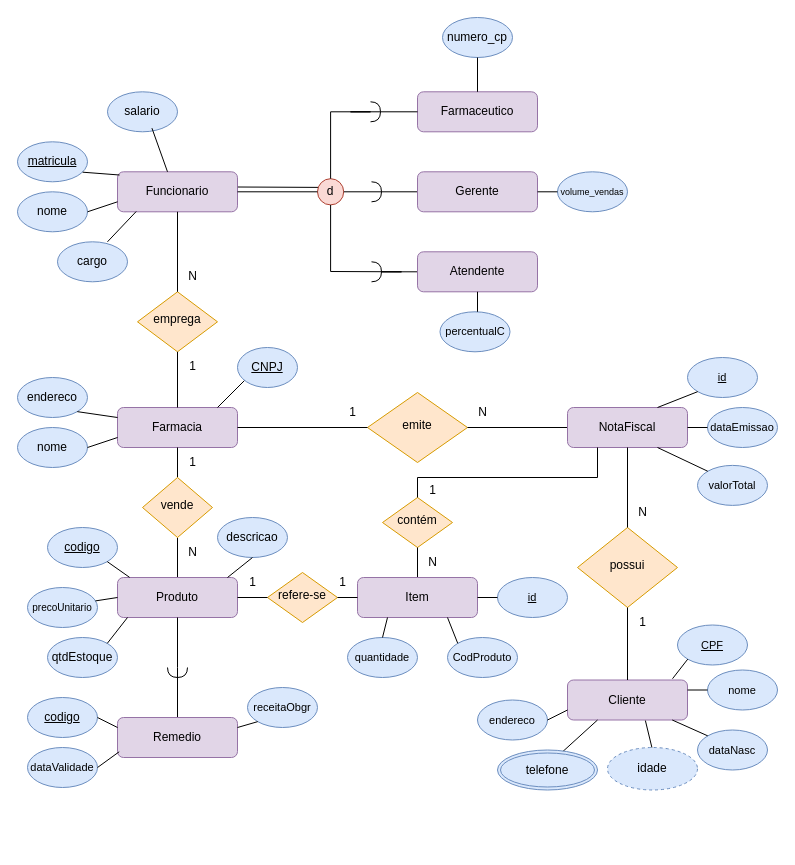
This is Exercicio4_BD.drawio from d0pp3lg4nger/diagrams, a draw.io file, before an edit. Source tidied: cells renumbered, new cells numbered last; positions are measured from the earlier drawing's top-left corner, leaving out a move shared by most shapes. Both pictures are drawn from the tidied source at 100%, with x=0, y=0 at pixel (17, 17).
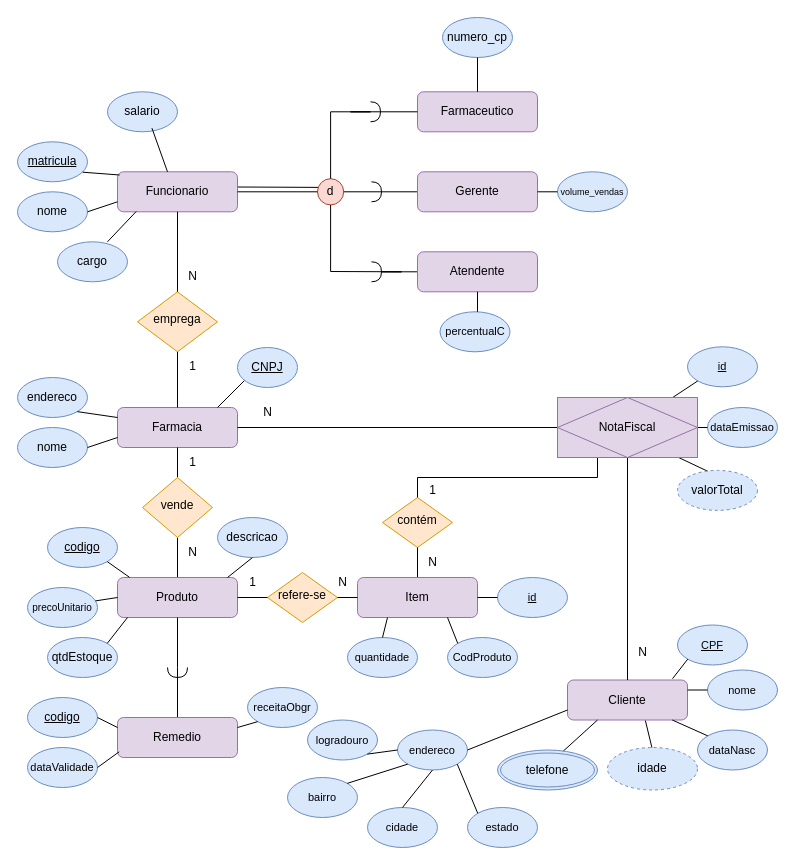
After the change.

Unchanged cells that the change refers to:
```xml
<mxCell id="2" value="Farmacia" style="rounded=1;whiteSpace=wrap;html=1;fontSize=12;glass=0;strokeWidth=1;shadow=0;fillColor=#e1d5e7;strokeColor=#9673a6;" parent="1" vertex="1">
  <mxGeometry x="100" y="390" width="120" height="40" as="geometry" />
</mxCell>
<mxCell id="68" value="&lt;font style=&quot;font-size: 11px;&quot;&gt;dataEmissao&lt;/font&gt;" style="ellipse;whiteSpace=wrap;html=1;fillColor=#dae8fc;strokeColor=#6c8ebf;" parent="1" vertex="1">
  <mxGeometry x="690" y="390" width="70" height="40" as="geometry" />
</mxCell>
<mxCell id="75" value="Cliente" style="rounded=1;whiteSpace=wrap;html=1;fontSize=12;glass=0;strokeWidth=1;shadow=0;fillColor=#e1d5e7;strokeColor=#9673a6;" parent="1" vertex="1">
  <mxGeometry x="550" y="662.5" width="120" height="40" as="geometry" />
</mxCell>
```

Change to the diagram source:
```diff
@@
-    <mxCell id="63" value="emite" style="rhombus;whiteSpace=wrap;html=1;shadow=0;fontFamily=Helvetica;fontSize=12;align=center;strokeWidth=1;spacing=6;spacingTop=-4;fillColor=#ffe6cc;strokeColor=#d79b00;" parent="1" vertex="1">
-      <mxGeometry x="350" y="375" width="100" height="70" as="geometry" />
-    </mxCell>
-    <mxCell id="64" style="endArrow=none;html=1;rounded=0;exitX=1;exitY=0.5;exitDx=0;exitDy=0;entryX=0;entryY=0.5;entryDx=0;entryDy=0;" parent="1" edge="1" source="2" target="63">
+    <mxCell id="64" style="endArrow=none;html=1;rounded=0;exitX=1;exitY=0.5;exitDx=0;exitDy=0;entryX=0;entryY=0.5;entryDx=0;entryDy=0;" parent="1" edge="1" source="2" target="66">
       <mxGeometry relative="1" as="geometry" />
     </mxCell>
-    <mxCell id="65" style="endArrow=none;html=1;rounded=0;exitX=1;exitY=0.5;exitDx=0;exitDy=0;entryX=0;entryY=0.5;entryDx=0;entryDy=0;" parent="1" edge="1" source="63" target="66">
-      <mxGeometry relative="1" as="geometry" />
-    </mxCell>
-    <mxCell id="66" value="NotaFiscal" style="rounded=1;whiteSpace=wrap;html=1;fontSize=12;glass=0;strokeWidth=1;shadow=0;fillColor=#e1d5e7;strokeColor=#9673a6;" parent="1" vertex="1">
-      <mxGeometry x="550" y="390" width="120" height="40" as="geometry" />
-    </mxCell>
-    <mxCell id="67" value="&lt;font style=&quot;font-size: 11px;&quot;&gt;valorTotal&lt;/font&gt;" style="ellipse;whiteSpace=wrap;html=1;fillColor=#dae8fc;strokeColor=#6c8ebf;" parent="1" vertex="1">
-      <mxGeometry x="680" y="447.9" width="70" height="40" as="geometry" />
-    </mxCell>
@@
     <mxCell id="69" value="&lt;font style=&quot;font-size: 11px;&quot;&gt;&lt;u&gt;id&lt;/u&gt;&lt;/font&gt;" style="ellipse;whiteSpace=wrap;html=1;fillColor=#dae8fc;strokeColor=#6c8ebf;" parent="1" vertex="1">
-      <mxGeometry x="670" y="340" width="70" height="40" as="geometry" />
+      <mxGeometry x="670" y="329.3" width="70" height="40" as="geometry" />
     </mxCell>
-    <mxCell id="70" style="endArrow=none;html=1;rounded=0;exitX=0.75;exitY=1;exitDx=0;exitDy=0;entryX=0;entryY=0;entryDx=0;entryDy=0;" parent="1" edge="1" source="66" target="67">
-      <mxGeometry relative="1" as="geometry" />
+    <mxCell id="70" style="endArrow=none;html=1;rounded=0;exitX=0.75;exitY=1;exitDx=0;exitDy=0;entryX=0;entryY=0;entryDx=0;entryDy=0;" parent="1" edge="1">
+      <mxGeometry relative="1" as="geometry">
+        <mxPoint x="640" y="430" as="sourcePoint" />
+        <mxPoint x="690.3" y="453.8" as="targetPoint" />
+      </mxGeometry>
     </mxCell>
-    <mxCell id="71" style="endArrow=none;html=1;rounded=0;exitX=0.75;exitY=0;exitDx=0;exitDy=0;entryX=0;entryY=1;entryDx=0;entryDy=0;" parent="1" edge="1" source="66" target="69">
-      <mxGeometry relative="1" as="geometry" />
+    <mxCell id="71" style="endArrow=none;html=1;rounded=0;exitX=0.75;exitY=0;exitDx=0;exitDy=0;entryX=0;entryY=1;entryDx=0;entryDy=0;" parent="1" edge="1" target="69">
+      <mxGeometry relative="1" as="geometry">
+        <mxPoint x="640" y="390" as="sourcePoint" />
+      </mxGeometry>
     </mxCell>
-    <mxCell id="72" style="endArrow=none;html=1;rounded=0;exitX=1;exitY=0.5;exitDx=0;exitDy=0;entryX=0;entryY=0.5;entryDx=0;entryDy=0;" parent="1" edge="1" source="66" target="68">
-      <mxGeometry relative="1" as="geometry" />
+    <mxCell id="72" style="endArrow=none;html=1;rounded=0;exitX=1;exitY=0.5;exitDx=0;exitDy=0;entryX=0;entryY=0.5;entryDx=0;entryDy=0;" parent="1" edge="1" target="68">
+      <mxGeometry relative="1" as="geometry">
+        <mxPoint x="670" y="410" as="sourcePoint" />
+      </mxGeometry>
     </mxCell>
-    <mxCell id="73" value="possui" style="rhombus;whiteSpace=wrap;html=1;shadow=0;fontFamily=Helvetica;fontSize=12;align=center;strokeWidth=1;spacing=6;spacingTop=-4;fillColor=#ffe6cc;strokeColor=#d79b00;" parent="1" vertex="1">
-      <mxGeometry x="560" y="510" width="100" height="80" as="geometry" />
-    </mxCell>
-    <mxCell id="74" style="endArrow=none;html=1;rounded=0;entryX=0.5;entryY=1;entryDx=0;entryDy=0;exitX=0.5;exitY=0;exitDx=0;exitDy=0;" parent="1" edge="1" source="73" target="66">
-      <mxGeometry relative="1" as="geometry" />
-    </mxCell>
@@
     <mxCell id="76" value="&lt;font style=&quot;font-size: 11px;&quot;&gt;endereco&lt;/font&gt;" style="ellipse;whiteSpace=wrap;html=1;fillColor=#dae8fc;strokeColor=#6c8ebf;" parent="1" vertex="1">
-      <mxGeometry x="460" y="682.5" width="70" height="40" as="geometry" />
+      <mxGeometry x="380" y="712.5" width="70" height="40" as="geometry" />
     </mxCell>
@@
-    <mxCell id="99" style="endArrow=none;html=1;rounded=0;entryX=0.25;entryY=1;entryDx=0;entryDy=0;" parent="1" edge="1" target="66">
+    <mxCell id="99" style="endArrow=none;html=1;rounded=0;entryX=0.25;entryY=1;entryDx=0;entryDy=0;" parent="1" edge="1">
       <mxGeometry relative="1" as="geometry">
         <mxPoint x="580" y="460" as="sourcePoint" />
+        <mxPoint x="580" y="430" as="targetPoint" />
       </mxGeometry>
     </mxCell>
@@
-    <mxCell id="101" style="endArrow=none;html=1;rounded=0;entryX=0.5;entryY=1;entryDx=0;entryDy=0;exitX=0.5;exitY=0;exitDx=0;exitDy=0;" parent="1" edge="1" source="75" target="73">
+    <mxCell id="101" style="endArrow=none;html=1;rounded=0;entryX=0.5;entryY=1;entryDx=0;entryDy=0;exitX=0.5;exitY=0;exitDx=0;exitDy=0;" parent="1" edge="1" source="75" target="66">
       <mxGeometry relative="1" as="geometry" />
     </mxCell>
@@
-    <mxCell id="106" value="1" style="text;html=1;align=center;verticalAlign=middle;strokeColor=none;fillColor=none;" parent="1" vertex="1">
-      <mxGeometry x="320" y="380" width="30" height="30" as="geometry" />
+    <mxCell id="106" value="N" style="text;html=1;align=center;verticalAlign=middle;strokeColor=none;fillColor=none;" parent="1" vertex="1">
+      <mxGeometry x="235" y="380" width="30" height="30" as="geometry" />
     </mxCell>
-    <mxCell id="107" value="N" style="text;html=1;align=center;verticalAlign=middle;strokeColor=none;fillColor=none;" parent="1" vertex="1">
-      <mxGeometry x="450" y="380" width="30" height="30" as="geometry" />
-    </mxCell>
-    <mxCell id="108" value="1" style="text;html=1;align=center;verticalAlign=middle;strokeColor=none;fillColor=none;" parent="1" vertex="1">
-      <mxGeometry x="610" y="590" width="30" height="30" as="geometry" />
+    <mxCell id="108" value="N" style="text;html=1;align=center;verticalAlign=middle;strokeColor=none;fillColor=none;" parent="1" vertex="1">
+      <mxGeometry x="610" y="620" width="30" height="30" as="geometry" />
     </mxCell>
-    <mxCell id="109" value="N" style="text;html=1;align=center;verticalAlign=middle;strokeColor=none;fillColor=none;" parent="1" vertex="1">
-      <mxGeometry x="610" y="480" width="30" height="30" as="geometry" />
-    </mxCell>
@@
-    <mxCell id="112" value="1" style="text;html=1;align=center;verticalAlign=middle;strokeColor=none;fillColor=none;" parent="1" vertex="1">
+    <mxCell id="112" value="N" style="text;html=1;align=center;verticalAlign=middle;strokeColor=none;fillColor=none;" parent="1" vertex="1">
       <mxGeometry x="310" y="550" width="30" height="30" as="geometry" />
     </mxCell>
@@
+    <mxCell id="66" value="NotaFiscal" style="shape=associativeEntity;whiteSpace=wrap;html=1;align=center;fillColor=#e1d5e7;strokeColor=#9673a6;" parent="1" vertex="1">
+      <mxGeometry x="540" y="380" width="140" height="60" as="geometry" />
+    </mxCell>
+    <mxCell id="67" value="valorTotal" style="ellipse;whiteSpace=wrap;html=1;align=center;dashed=1;fillColor=#dae8fc;strokeColor=#6c8ebf;" parent="1" vertex="1">
+      <mxGeometry x="660" y="452.9" width="80" height="40" as="geometry" />
+    </mxCell>
+    <mxCell id="116" value="&lt;font style=&quot;font-size: 11px;&quot;&gt;cidade&lt;/font&gt;" style="ellipse;whiteSpace=wrap;html=1;fillColor=#dae8fc;strokeColor=#6c8ebf;" parent="1" vertex="1">
+      <mxGeometry x="350" y="790" width="70" height="40" as="geometry" />
+    </mxCell>
+    <mxCell id="117" value="&lt;font style=&quot;font-size: 11px;&quot;&gt;logradouro&lt;/font&gt;" style="ellipse;whiteSpace=wrap;html=1;fillColor=#dae8fc;strokeColor=#6c8ebf;" parent="1" vertex="1">
+      <mxGeometry x="290" y="702.5" width="70" height="40" as="geometry" />
+    </mxCell>
+    <mxCell id="118" value="&lt;font style=&quot;font-size: 11px;&quot;&gt;estado&lt;/font&gt;" style="ellipse;whiteSpace=wrap;html=1;fillColor=#dae8fc;strokeColor=#6c8ebf;" parent="1" vertex="1">
+      <mxGeometry x="450" y="790" width="70" height="40" as="geometry" />
+    </mxCell>
+    <mxCell id="119" value="&lt;font style=&quot;font-size: 11px;&quot;&gt;bairro&lt;/font&gt;" style="ellipse;whiteSpace=wrap;html=1;fillColor=#dae8fc;strokeColor=#6c8ebf;" parent="1" vertex="1">
+      <mxGeometry x="270" y="760" width="70" height="40" as="geometry" />
+    </mxCell>
+    <mxCell id="120" style="endArrow=none;html=1;rounded=0;entryX=0;entryY=0.5;entryDx=0;entryDy=0;exitX=1;exitY=1;exitDx=0;exitDy=0;" parent="1" edge="1" source="117" target="76">
+      <mxGeometry relative="1" as="geometry" />
+    </mxCell>
+    <mxCell id="121" style="endArrow=none;html=1;rounded=0;entryX=0;entryY=1;entryDx=0;entryDy=0;exitX=1;exitY=0;exitDx=0;exitDy=0;" parent="1" edge="1" source="119" target="76">
+      <mxGeometry relative="1" as="geometry" />
+    </mxCell>
+    <mxCell id="122" style="endArrow=none;html=1;rounded=0;entryX=0.5;entryY=1;entryDx=0;entryDy=0;exitX=0.5;exitY=0;exitDx=0;exitDy=0;" parent="1" edge="1" source="116" target="76">
+      <mxGeometry relative="1" as="geometry" />
+    </mxCell>
+    <mxCell id="123" style="endArrow=none;html=1;rounded=0;entryX=1;entryY=1;entryDx=0;entryDy=0;exitX=0;exitY=0;exitDx=0;exitDy=0;" parent="1" edge="1" source="118" target="76">
+      <mxGeometry relative="1" as="geometry" />
+    </mxCell>
```
